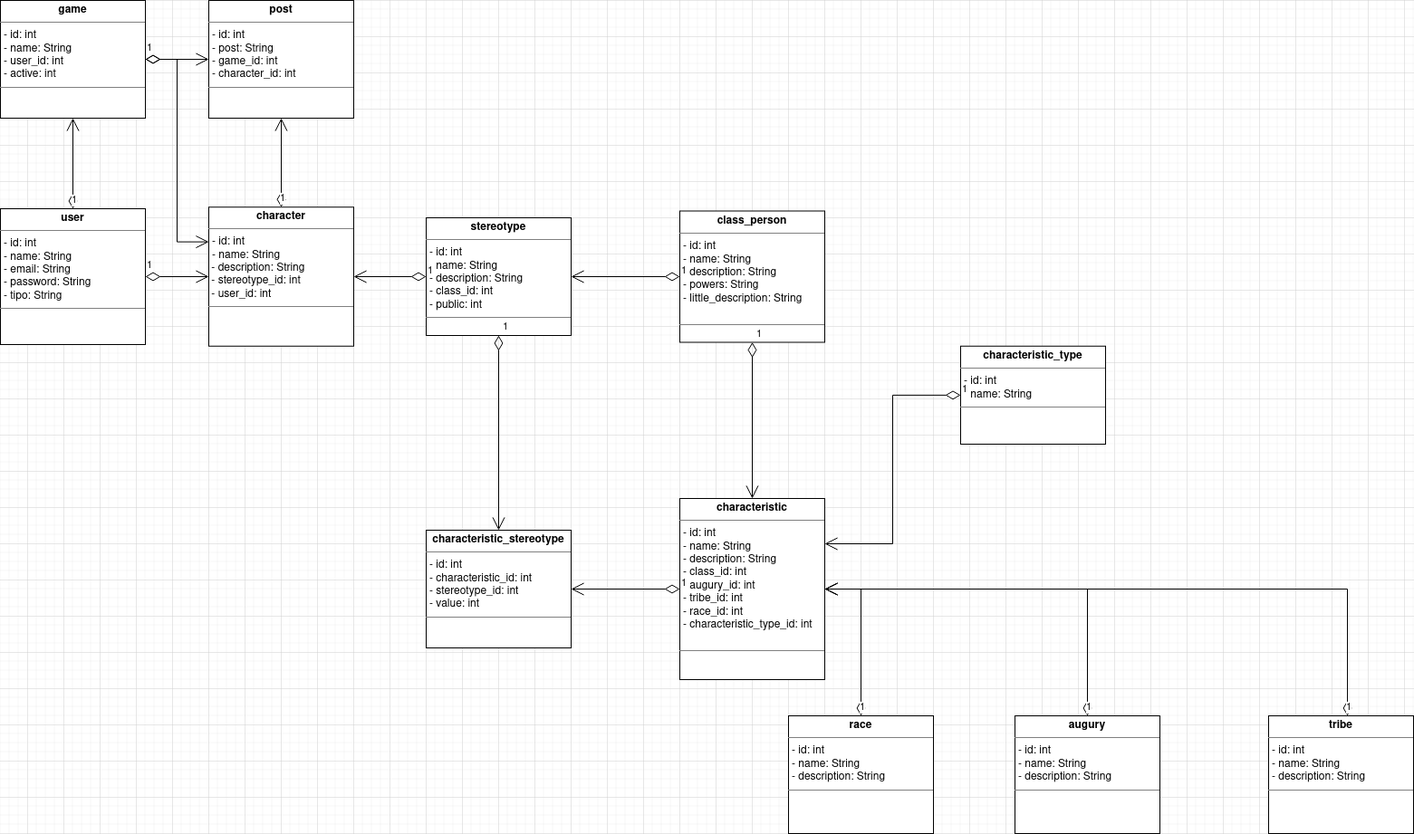
Before: diagrama_de_classes.drawio.png, a diagram exported from draw.io (fabriciodiasoliveira/mundo-sombrio-rpg). Source tidied: cells renumbered, new cells last; positions are measured from the earlier drawing's top-left corner, leaving out a move shared by most shapes.
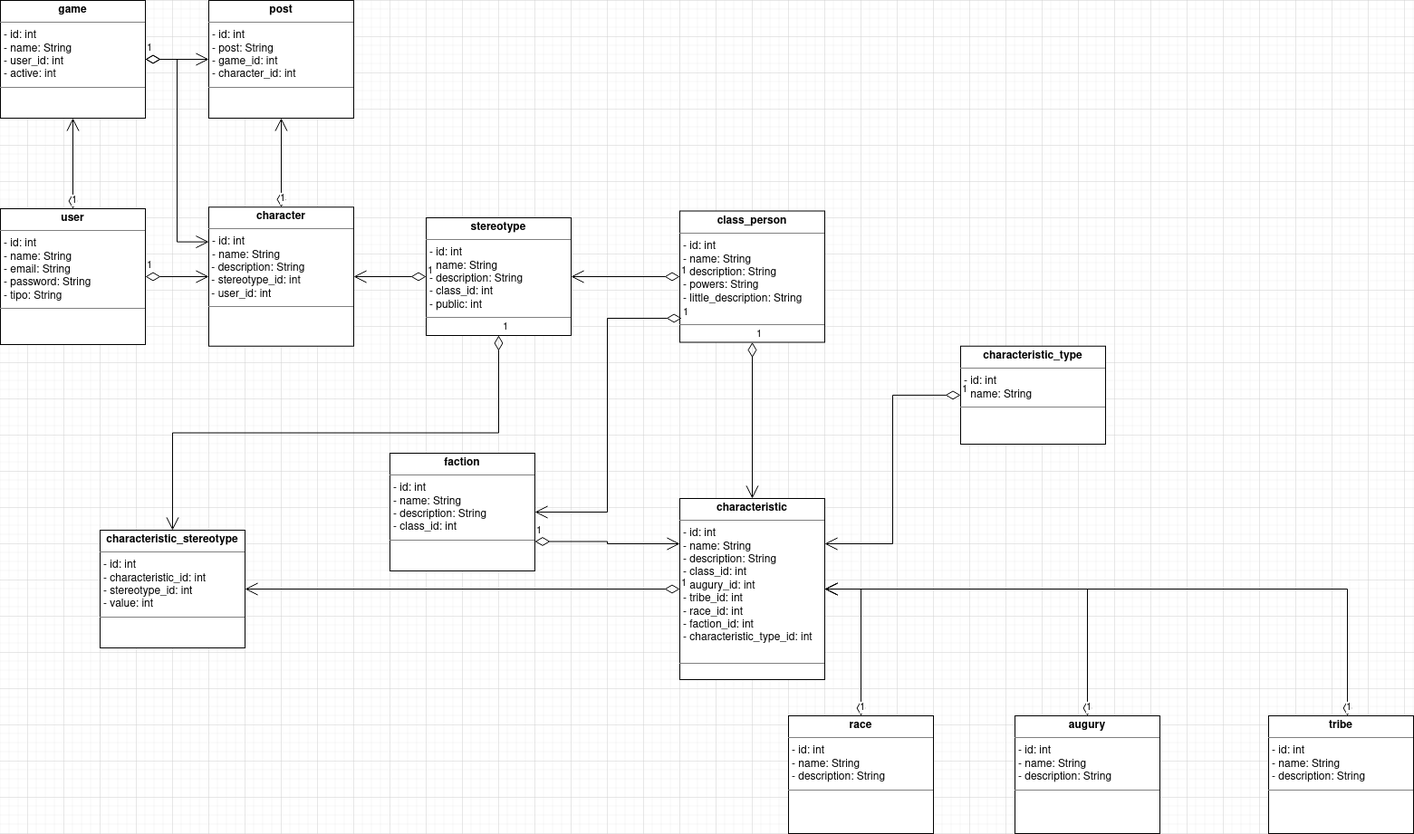
Later version of the same file.

Diff of the diagram source:
```diff
@@ -11,14 +11,14 @@
     <mxCell id="4" value="&lt;p style=&quot;margin:0px;margin-top:4px;text-align:center;&quot;&gt;&lt;b&gt;class_person&lt;/b&gt;&lt;/p&gt;&lt;hr size=&quot;1&quot;&gt;&lt;p style=&quot;margin:0px;margin-left:4px;&quot;&gt;- id: int&lt;/p&gt;&lt;p style=&quot;margin:0px;margin-left:4px;&quot;&gt;- name: String&lt;/p&gt;&lt;p style=&quot;margin:0px;margin-left:4px;&quot;&gt;- description: String&lt;/p&gt;&lt;p style=&quot;margin:0px;margin-left:4px;&quot;&gt;- powers: String&lt;/p&gt;&lt;p style=&quot;margin:0px;margin-left:4px;&quot;&gt;- little_description: String&lt;/p&gt;&lt;br&gt;&lt;hr size=&quot;1&quot;&gt;&lt;p style=&quot;margin:0px;margin-left:4px;&quot;&gt;&lt;br&gt;&lt;/p&gt;" style="verticalAlign=top;align=left;overflow=fill;fontSize=12;fontFamily=Helvetica;html=1;" parent="1" vertex="1">
       <mxGeometry x="750" y="232.5" width="160" height="145" as="geometry" />
     </mxCell>
-    <mxCell id="5" value="&lt;p style=&quot;margin:0px;margin-top:4px;text-align:center;&quot;&gt;&lt;b&gt;characteristic&lt;/b&gt;&lt;/p&gt;&lt;hr size=&quot;1&quot;&gt;&lt;p style=&quot;margin:0px;margin-left:4px;&quot;&gt;- id: int&lt;/p&gt;&lt;p style=&quot;margin:0px;margin-left:4px;&quot;&gt;- name: String&lt;/p&gt;&lt;p style=&quot;margin:0px;margin-left:4px;&quot;&gt;- description: String&lt;/p&gt;&lt;p style=&quot;margin:0px;margin-left:4px;&quot;&gt;- class_id: int&lt;/p&gt;&lt;p style=&quot;margin:0px;margin-left:4px;&quot;&gt;- augury_id: int&lt;/p&gt;&lt;p style=&quot;margin:0px;margin-left:4px;&quot;&gt;- tribe_id: int&lt;/p&gt;&lt;p style=&quot;margin:0px;margin-left:4px;&quot;&gt;- race_id: int&lt;/p&gt;&lt;p style=&quot;margin:0px;margin-left:4px;&quot;&gt;- characteristic_type_id: int&lt;/p&gt;&lt;br&gt;&lt;hr size=&quot;1&quot;&gt;&lt;p style=&quot;margin:0px;margin-left:4px;&quot;&gt;&lt;br&gt;&lt;/p&gt;" style="verticalAlign=top;align=left;overflow=fill;fontSize=12;fontFamily=Helvetica;html=1;" parent="1" vertex="1">
+    <mxCell id="5" value="&lt;p style=&quot;margin:0px;margin-top:4px;text-align:center;&quot;&gt;&lt;b&gt;characteristic&lt;/b&gt;&lt;/p&gt;&lt;hr size=&quot;1&quot;&gt;&lt;p style=&quot;margin:0px;margin-left:4px;&quot;&gt;- id: int&lt;/p&gt;&lt;p style=&quot;margin:0px;margin-left:4px;&quot;&gt;- name: String&lt;/p&gt;&lt;p style=&quot;margin:0px;margin-left:4px;&quot;&gt;- description: String&lt;/p&gt;&lt;p style=&quot;margin:0px;margin-left:4px;&quot;&gt;- class_id: int&lt;/p&gt;&lt;p style=&quot;margin:0px;margin-left:4px;&quot;&gt;- augury_id: int&lt;/p&gt;&lt;p style=&quot;margin:0px;margin-left:4px;&quot;&gt;- tribe_id: int&lt;/p&gt;&lt;p style=&quot;margin:0px;margin-left:4px;&quot;&gt;- race_id: int&lt;/p&gt;&lt;p style=&quot;margin:0px;margin-left:4px;&quot;&gt;- faction_id: int&lt;/p&gt;&lt;p style=&quot;margin:0px;margin-left:4px;&quot;&gt;- characteristic_type_id: int&lt;/p&gt;&lt;br&gt;&lt;hr size=&quot;1&quot;&gt;&lt;p style=&quot;margin:0px;margin-left:4px;&quot;&gt;&lt;br&gt;&lt;/p&gt;" style="verticalAlign=top;align=left;overflow=fill;fontSize=12;fontFamily=Helvetica;html=1;" parent="1" vertex="1">
       <mxGeometry x="750" y="550" width="160" height="200" as="geometry" />
     </mxCell>
     <mxCell id="6" value="1" style="endArrow=open;html=1;endSize=12;startArrow=diamondThin;startSize=14;startFill=0;edgeStyle=orthogonalEdgeStyle;align=left;verticalAlign=bottom;rounded=0;entryX=1;entryY=0.5;entryDx=0;entryDy=0;exitX=0;exitY=0.5;exitDx=0;exitDy=0;" parent="1" edge="1" source="4" target="3">
       <mxGeometry x="-1" y="3" relative="1" as="geometry" />
     </mxCell>
-    <mxCell id="7" value="&lt;p style=&quot;margin:0px;margin-top:4px;text-align:center;&quot;&gt;&lt;b&gt;characteristic_stereotype&lt;/b&gt;&lt;/p&gt;&lt;hr size=&quot;1&quot;&gt;&lt;p style=&quot;margin:0px;margin-left:4px;&quot;&gt;- id: int&lt;/p&gt;&lt;p style=&quot;margin:0px;margin-left:4px;&quot;&gt;- characteristic_id: int&lt;/p&gt;&lt;p style=&quot;margin:0px;margin-left:4px;&quot;&gt;- stereotype_id: int&lt;/p&gt;&lt;p style=&quot;margin:0px;margin-left:4px;&quot;&gt;- value: int&lt;br&gt;&lt;/p&gt;&lt;hr size=&quot;1&quot;&gt;&lt;p style=&quot;margin:0px;margin-left:4px;&quot;&gt;&lt;br&gt;&lt;/p&gt;" style="verticalAlign=top;align=left;overflow=fill;fontSize=12;fontFamily=Helvetica;html=1;" parent="1" vertex="1">
-      <mxGeometry x="470" y="585" width="160" height="130" as="geometry" />
+    <mxCell id="7" value="&lt;p style=&quot;margin:0px;margin-top:4px;text-align:center;&quot;&gt;&lt;b&gt;characteristic_stereotype&lt;/b&gt;&lt;/p&gt;&lt;hr size=&quot;1&quot;&gt;&lt;p style=&quot;margin:0px;margin-left:4px;&quot;&gt;- id: int&lt;/p&gt;&lt;p style=&quot;margin:0px;margin-left:4px;&quot;&gt;- characteristic_id: int&lt;/p&gt;&lt;p style=&quot;margin:0px;margin-left:4px;&quot;&gt;- stereotype_id: int&lt;/p&gt;&lt;p style=&quot;margin:0px;margin-left:4px;&quot;&gt;- value: int&lt;/p&gt;&lt;hr size=&quot;1&quot;&gt;&lt;p style=&quot;margin:0px;margin-left:4px;&quot;&gt;&lt;br&gt;&lt;/p&gt;" style="verticalAlign=top;align=left;overflow=fill;fontSize=12;fontFamily=Helvetica;html=1;" parent="1" vertex="1">
+      <mxGeometry x="110" y="585" width="160" height="130" as="geometry" />
     </mxCell>
     <mxCell id="8" value="1" style="endArrow=open;html=1;endSize=12;startArrow=diamondThin;startSize=14;startFill=0;edgeStyle=orthogonalEdgeStyle;align=left;verticalAlign=bottom;rounded=0;entryX=0.5;entryY=0;entryDx=0;entryDy=0;exitX=0.5;exitY=1;exitDx=0;exitDy=0;" parent="1" edge="1" source="3" target="7">
       <mxGeometry x="-1" y="3" relative="1" as="geometry" />
@@ -80,5 +80,14 @@
     <mxCell id="27" value="1" style="endArrow=open;html=1;endSize=12;startArrow=diamondThin;startSize=14;startFill=0;edgeStyle=orthogonalEdgeStyle;align=left;verticalAlign=bottom;rounded=0;exitX=0;exitY=0.5;exitDx=0;exitDy=0;entryX=1;entryY=0.25;entryDx=0;entryDy=0;" parent="1" edge="1" source="26" target="5">
       <mxGeometry x="-1" y="3" relative="1" as="geometry" />
     </mxCell>
+    <mxCell id="28" value="&lt;p style=&quot;margin:0px;margin-top:4px;text-align:center;&quot;&gt;&lt;b&gt;faction&lt;/b&gt;&lt;br&gt;&lt;/p&gt;&lt;hr size=&quot;1&quot;&gt;&lt;p style=&quot;margin:0px;margin-left:4px;&quot;&gt;- id: int&lt;/p&gt;&lt;p style=&quot;margin:0px;margin-left:4px;&quot;&gt;- name: String&lt;br&gt;&lt;/p&gt;&lt;p style=&quot;margin:0px;margin-left:4px;&quot;&gt;- description: String&lt;/p&gt;&lt;p style=&quot;margin:0px;margin-left:4px;&quot;&gt;- class_id: int&lt;/p&gt;&lt;p style=&quot;margin:0px;margin-left:4px;&quot;&gt;&lt;/p&gt;&lt;hr size=&quot;1&quot;&gt;&lt;p style=&quot;margin:0px;margin-left:4px;&quot;&gt;&lt;br&gt;&lt;/p&gt;" style="verticalAlign=top;align=left;overflow=fill;fontSize=12;fontFamily=Helvetica;html=1;" parent="1" vertex="1">
+      <mxGeometry x="430" y="500" width="160" height="130" as="geometry" />
+    </mxCell>
+    <mxCell id="29" value="1" style="endArrow=open;html=1;endSize=12;startArrow=diamondThin;startSize=14;startFill=0;edgeStyle=orthogonalEdgeStyle;align=left;verticalAlign=bottom;rounded=0;entryX=1;entryY=0.5;entryDx=0;entryDy=0;exitX=0.013;exitY=0.817;exitDx=0;exitDy=0;exitPerimeter=0;" parent="1" edge="1" source="4" target="28">
+      <mxGeometry x="-1" y="3" relative="1" as="geometry" />
+    </mxCell>
+    <mxCell id="30" value="1" style="endArrow=open;html=1;endSize=12;startArrow=diamondThin;startSize=14;startFill=0;edgeStyle=orthogonalEdgeStyle;align=left;verticalAlign=bottom;rounded=0;entryX=0;entryY=0.25;entryDx=0;entryDy=0;exitX=1;exitY=0.75;exitDx=0;exitDy=0;" parent="1" edge="1" source="28" target="5">
+      <mxGeometry x="-1" y="3" relative="1" as="geometry" />
+    </mxCell>
   </root>
 </mxGraphModel>
```
